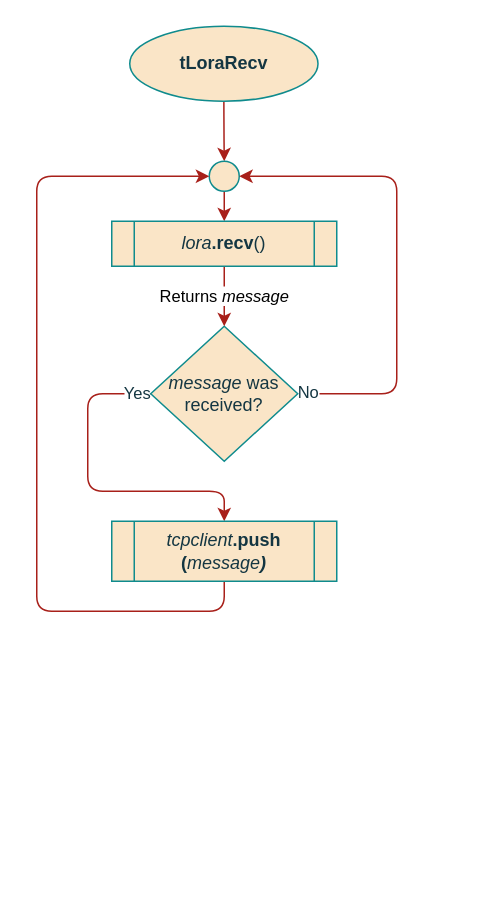
This is page "tlorarecv" (5 of 5) of documentation/flowcharts/Gateway/CGateway.drawio from ESRGgroup9/slipad, a draw.io file, before an edit. Source tidied: cells renumbered, new cells numbered last; positions are measured from the earlier drawing's top-left corner, leaving out a move shared by most shapes. Both pictures are drawn from the tidied source at 150%, with x=0, y=0 at pixel (36, 26).
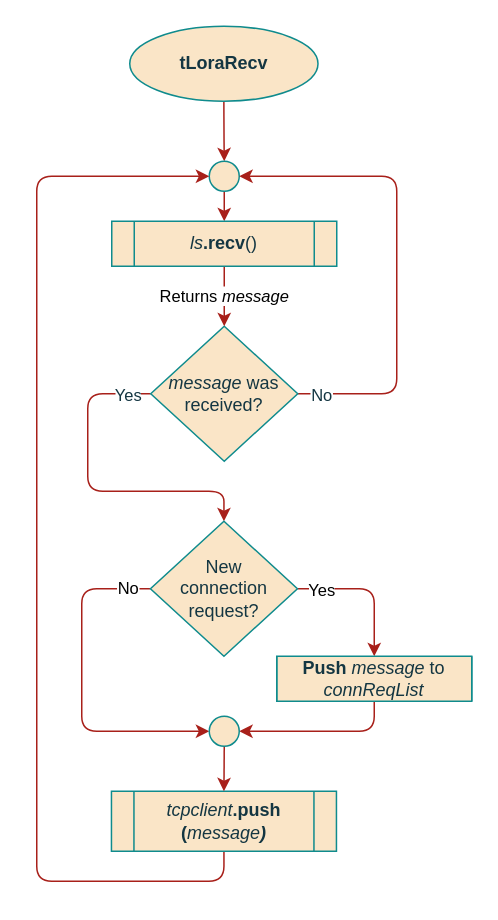
After the change.

The change refers to these unchanged cells:
```xml
<mxCell id="5" style="ellipse;whiteSpace=wrap;html=1;rounded=0;sketch=0;fontColor=#143642;strokeColor=#0F8B8D;fillColor=#FAE5C7;" parent="1" vertex="1">
  <mxGeometry x="115" y="90" width="20" height="20" as="geometry" />
</mxCell>
<mxCell id="7" style="edgeStyle=orthogonalEdgeStyle;curved=0;rounded=1;sketch=0;jettySize=auto;html=1;exitX=1;exitY=0.5;exitDx=0;exitDy=0;entryX=1;entryY=0.5;entryDx=0;entryDy=0;fontColor=#143642;strokeColor=#A8201A;fillColor=#FAE5C7;" parent="1" edge="1" source="11" target="5">
  <mxGeometry relative="1" as="geometry">
    <Array as="points">
      <mxPoint x="240" y="245" />
      <mxPoint x="240" y="100" />
    </Array>
  </mxGeometry>
</mxCell>
<mxCell id="11" value="&lt;div&gt;&lt;i&gt;message&lt;/i&gt; was&lt;/div&gt;&lt;div&gt;received?&lt;br&gt;&lt;/div&gt;" style="rhombus;whiteSpace=wrap;html=1;rounded=0;sketch=0;fontColor=#143642;strokeColor=#0F8B8D;fillColor=#FAE5C7;" parent="1" vertex="1">
  <mxGeometry x="76" y="200" width="98" height="90" as="geometry" />
</mxCell>
```

Change to the diagram source:
```diff
@@
     <mxCell id="6" style="edgeStyle=orthogonalEdgeStyle;rounded=1;sketch=0;jettySize=auto;html=1;entryX=0;entryY=0.5;entryDx=0;entryDy=0;fontColor=#143642;strokeColor=#A8201A;fillColor=#FAE5C7;exitX=0.5;exitY=1;exitDx=0;exitDy=0;" parent="1" edge="1" source="14" target="5">
       <mxGeometry relative="1" as="geometry">
         <Array as="points">
-          <mxPoint x="125" y="390" />
-          <mxPoint y="390" />
+          <mxPoint x="125" y="570" />
+          <mxPoint y="570" />
           <mxPoint y="100" />
         </Array>
       </mxGeometry>
     </mxCell>
@@
     <mxCell id="8" value="No" style="edgeLabel;html=1;align=center;verticalAlign=middle;fontColor=#143642;" parent="7" vertex="1">
-      <mxGeometry x="-0.96" y="2" relative="1" as="geometry" />
+      <mxGeometry x="-0.96" y="2" relative="1" as="geometry">
+        <mxPoint x="9" y="2" as="offset" />
+      </mxGeometry>
     </mxCell>
-    <mxCell id="9" style="edgeStyle=orthogonalEdgeStyle;sketch=0;jettySize=auto;html=1;exitX=0;exitY=0.5;exitDx=0;exitDy=0;entryX=0.5;entryY=0;entryDx=0;entryDy=0;fontColor=#143642;strokeColor=#A8201A;fillColor=#FAE5C7;rounded=1;" parent="1" edge="1" source="11" target="14">
+    <mxCell id="9" style="edgeStyle=orthogonalEdgeStyle;sketch=0;jettySize=auto;html=1;exitX=0;exitY=0.5;exitDx=0;exitDy=0;entryX=0.5;entryY=0;entryDx=0;entryDy=0;fontColor=#143642;strokeColor=#A8201A;fillColor=#FAE5C7;rounded=1;" parent="1" edge="1" source="11" target="18">
       <mxGeometry relative="1" as="geometry">
         <Array as="points">
           <mxPoint x="34" y="245" />
           <mxPoint x="34" y="310" />
           <mxPoint x="125" y="310" />
         </Array>
       </mxGeometry>
     </mxCell>
     <mxCell id="10" value="Yes" style="edgeLabel;html=1;align=center;verticalAlign=middle;fontColor=#143642;" parent="9" vertex="1">
-      <mxGeometry x="-0.91" y="-1" relative="1" as="geometry" />
+      <mxGeometry x="-0.91" y="-1" relative="1" as="geometry">
+        <mxPoint x="-6" y="1" as="offset" />
+      </mxGeometry>
     </mxCell>
@@
-    <mxCell id="13" value="&lt;i&gt;lora&lt;/i&gt;&lt;b&gt;.recv&lt;/b&gt;()" style="shape=process;whiteSpace=wrap;html=1;backgroundOutline=1;rounded=0;sketch=0;fontColor=#143642;strokeColor=#0F8B8D;fillColor=#FAE5C7;" parent="1" vertex="1">
+    <mxCell id="13" value="&lt;i&gt;ls&lt;/i&gt;&lt;b&gt;.recv&lt;/b&gt;()" style="shape=process;whiteSpace=wrap;html=1;backgroundOutline=1;rounded=0;sketch=0;fontColor=#143642;strokeColor=#0F8B8D;fillColor=#FAE5C7;" parent="1" vertex="1">
       <mxGeometry x="50" y="130" width="150" height="30" as="geometry" />
     </mxCell>
     <mxCell id="14" value="&lt;div&gt;&lt;i&gt;tcpclient&lt;/i&gt;&lt;b&gt;.push&lt;/b&gt;&lt;/div&gt;&lt;div&gt;&lt;b&gt;(&lt;/b&gt;&lt;i&gt;message&lt;b&gt;)&lt;/b&gt;&lt;/i&gt;&lt;/div&gt;" style="shape=process;whiteSpace=wrap;html=1;backgroundOutline=1;rounded=0;sketch=0;fontColor=#143642;strokeColor=#0F8B8D;fillColor=#FAE5C7;" parent="1" vertex="1">
-      <mxGeometry x="50" y="330" width="150" height="40" as="geometry" />
+      <mxGeometry x="49.8" y="510" width="150" height="40" as="geometry" />
     </mxCell>
+    <mxCell id="15" value="No" style="edgeStyle=orthogonalEdgeStyle;rounded=1;jettySize=auto;html=1;exitX=0;exitY=0.5;exitDx=0;exitDy=0;entryX=0;entryY=0.5;entryDx=0;entryDy=0;strokeColor=#A8201A;" parent="1" edge="1" source="18" target="22">
+      <mxGeometry x="-0.87" relative="1" as="geometry">
+        <Array as="points">
+          <mxPoint x="30" y="375" />
+          <mxPoint x="30" y="470" />
+        </Array>
+      </mxGeometry>
+    </mxCell>
+    <mxCell id="16" style="edgeStyle=orthogonalEdgeStyle;rounded=1;jettySize=auto;html=1;exitX=1;exitY=0.5;exitDx=0;exitDy=0;entryX=0.5;entryY=0;entryDx=0;entryDy=0;strokeColor=#A8201A;" parent="1" edge="1" source="18" target="20">
+      <mxGeometry relative="1" as="geometry" />
+    </mxCell>
+    <mxCell id="17" value="Yes" style="edgeLabel;html=1;align=center;verticalAlign=middle;" parent="16" vertex="1">
+      <mxGeometry x="-0.67" relative="1" as="geometry" />
+    </mxCell>
+    <mxCell id="18" value="&lt;div&gt;New &lt;br&gt;&lt;/div&gt;&lt;div&gt;connection request?&lt;/div&gt;" style="rhombus;whiteSpace=wrap;html=1;rounded=0;sketch=0;fontColor=#143642;strokeColor=#0F8B8D;fillColor=#FAE5C7;" parent="1" vertex="1">
+      <mxGeometry x="75.8" y="330" width="98" height="90" as="geometry" />
+    </mxCell>
+    <mxCell id="19" style="edgeStyle=orthogonalEdgeStyle;rounded=1;jettySize=auto;html=1;exitX=0.5;exitY=1;exitDx=0;exitDy=0;strokeColor=#A8201A;entryX=1;entryY=0.5;entryDx=0;entryDy=0;" parent="1" edge="1" source="20" target="22">
+      <mxGeometry relative="1" as="geometry" />
+    </mxCell>
+    <mxCell id="20" value="&lt;b&gt;Push &lt;/b&gt;&lt;i&gt;message&lt;/i&gt;&lt;i&gt; &lt;/i&gt;to &lt;i&gt;connReqList&lt;/i&gt;&lt;b&gt;&lt;br&gt;&lt;/b&gt;" style="shape=process;whiteSpace=wrap;html=1;backgroundOutline=1;rounded=0;sketch=0;fontColor=#143642;strokeColor=#0F8B8D;fillColor=#FAE5C7;size=0;" parent="1" vertex="1">
+      <mxGeometry x="160" y="420" width="130" height="30" as="geometry" />
+    </mxCell>
+    <mxCell id="21" style="edgeStyle=orthogonalEdgeStyle;rounded=1;jettySize=auto;html=1;exitX=0.5;exitY=1;exitDx=0;exitDy=0;entryX=0.5;entryY=0;entryDx=0;entryDy=0;strokeColor=#A8201A;" parent="1" edge="1" source="22" target="14">
+      <mxGeometry relative="1" as="geometry" />
+    </mxCell>
+    <mxCell id="22" style="ellipse;whiteSpace=wrap;html=1;rounded=0;sketch=0;fontColor=#143642;strokeColor=#0F8B8D;fillColor=#FAE5C7;" parent="1" vertex="1">
+      <mxGeometry x="115" y="460" width="20" height="20" as="geometry" />
+    </mxCell>
```
